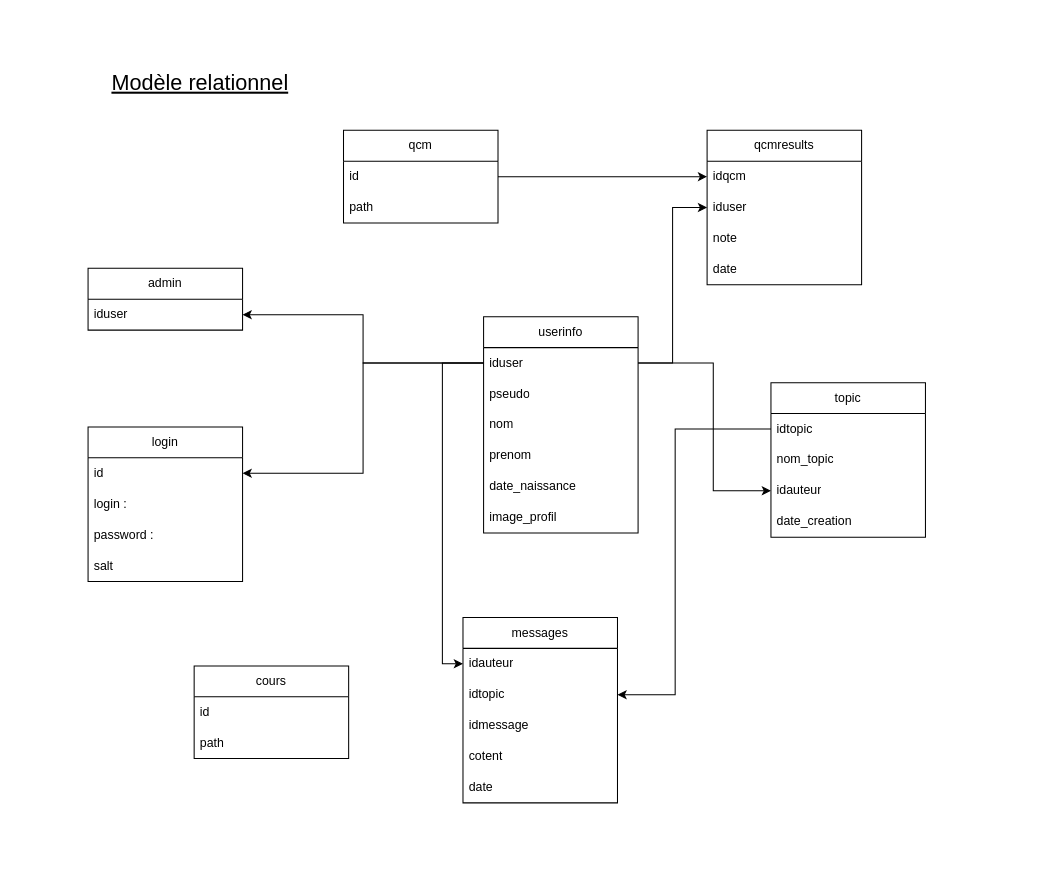
The draw.io diagram Rapport/Diagramme/Diagramme_DAW.drawio in Yaon-C2H8N2/Projet-DAW, before the edit. Source tidied: cells renumbered, new cells numbered last; positions are measured from the earlier drawing's top-left corner, leaving out a move shared by most shapes. Both pictures are drawn from the tidied source at 103%, with x=0, y=0 at pixel (88, 66).
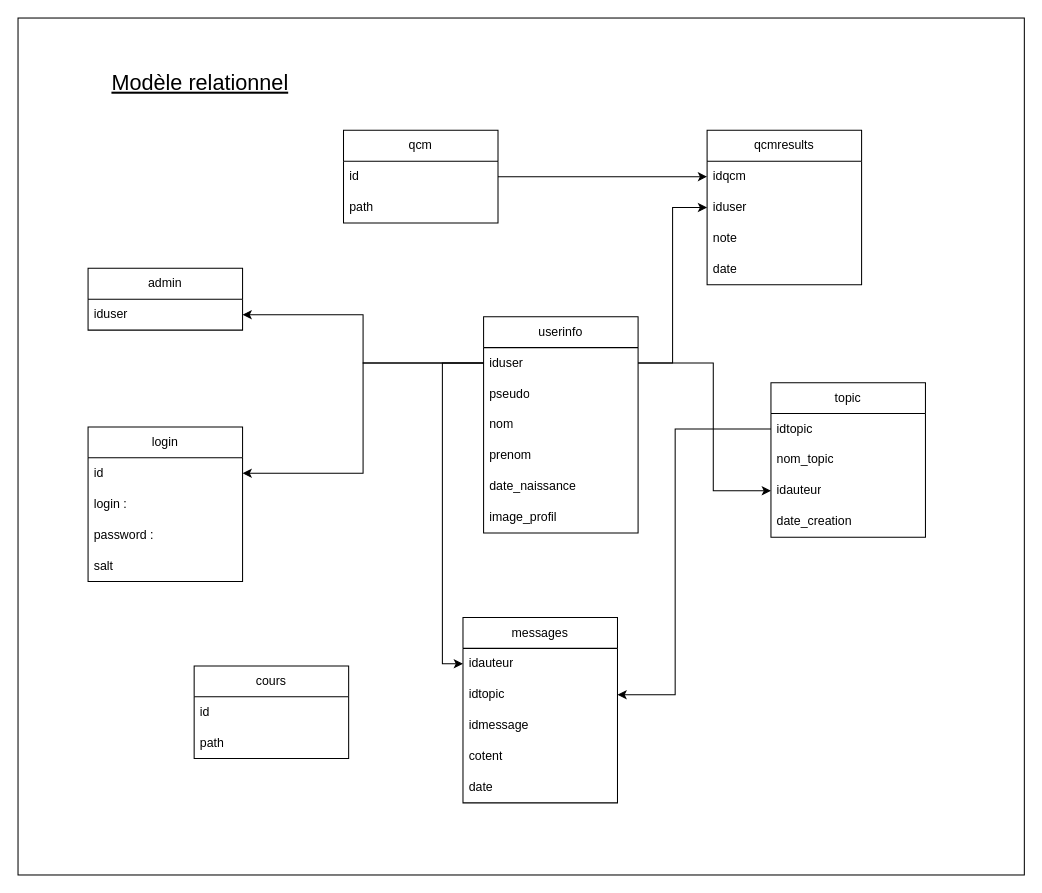
The same page after the edit.

What changed in the source:
```diff
@@
+    <mxCell id="46" style="rounded=0;whiteSpace=wrap;html=1;" parent="1" vertex="1">
+      <mxGeometry x="-68" y="-47" width="977" height="832" as="geometry" />
+    </mxCell>
```
